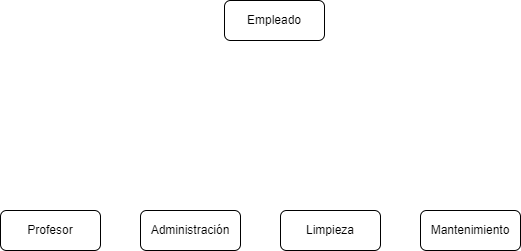
Before: Unidad-1/Tareas/Tarea-8/Tarea8.drawio.png, a diagram exported from draw.io (LuisMGlez/base-datos). Source tidied: cells renumbered, new cells last; positions are measured from the earlier drawing's top-left corner, leaving out a move shared by most shapes. The source it was exported from:
```xml
<mxGraphModel>
  <root>
    <mxCell id="0" />
    <mxCell id="1" parent="0" />
    <mxCell id="2" value="Empleado" style="rounded=1;whiteSpace=wrap;html=1;" parent="1" vertex="1">
      <mxGeometry x="224" width="100" height="40" as="geometry" />
    </mxCell>
    <mxCell id="3" value="Mantenimiento" style="rounded=1;whiteSpace=wrap;html=1;" parent="1" vertex="1">
      <mxGeometry x="420" y="210" width="100" height="40" as="geometry" />
    </mxCell>
    <mxCell id="4" value="Limpieza" style="rounded=1;whiteSpace=wrap;html=1;" parent="1" vertex="1">
      <mxGeometry x="280" y="210" width="100" height="40" as="geometry" />
    </mxCell>
    <mxCell id="5" value="Administración" style="rounded=1;whiteSpace=wrap;html=1;" parent="1" vertex="1">
      <mxGeometry x="140" y="210" width="100" height="40" as="geometry" />
    </mxCell>
    <mxCell id="6" value="Profesor" style="rounded=1;whiteSpace=wrap;html=1;" parent="1" vertex="1">
      <mxGeometry y="210" width="100" height="40" as="geometry" />
    </mxCell>
  </root>
</mxGraphModel>
```
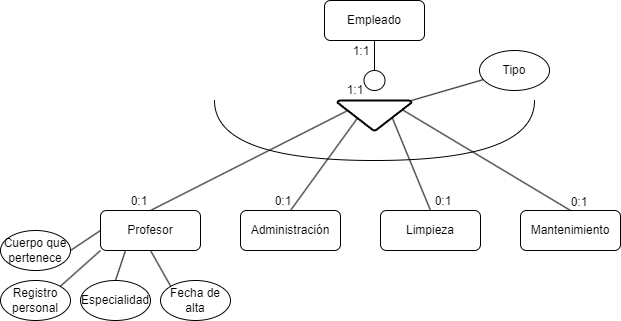
Later version of the same file.

The edit, as a diff of the source:
```diff
@@ -2,6 +2,9 @@
   <root>
     <mxCell id="0" />
     <mxCell id="1" parent="0" />
+    <mxCell id="7" style="rounded=0;jettySize=auto;html=1;exitX=0.5;exitY=1;exitDx=0;exitDy=0;entryX=0.5;entryY=0;entryDx=0;entryDy=0;endArrow=none;endFill=0;" parent="1" edge="1" source="2" target="21">
+      <mxGeometry relative="1" as="geometry" />
+    </mxCell>
     <mxCell id="2" value="Empleado" style="rounded=1;whiteSpace=wrap;html=1;" parent="1" vertex="1">
       <mxGeometry x="224" width="100" height="40" as="geometry" />
     </mxCell>
@@ -17,5 +20,81 @@
     <mxCell id="6" value="Profesor" style="rounded=1;whiteSpace=wrap;html=1;" parent="1" vertex="1">
       <mxGeometry y="210" width="100" height="40" as="geometry" />
     </mxCell>
+    <mxCell id="8" style="rounded=0;jettySize=auto;html=1;exitX=1;exitY=0;exitDx=0;exitDy=0;entryX=0;entryY=1;entryDx=0;entryDy=0;endArrow=none;endFill=0;" parent="1" edge="1" source="9" target="6">
+      <mxGeometry relative="1" as="geometry" />
+    </mxCell>
+    <mxCell id="9" value="Registro personal" style="ellipse;whiteSpace=wrap;html=1;" parent="1" vertex="1">
+      <mxGeometry x="-100" y="280" width="70" height="40" as="geometry" />
+    </mxCell>
+    <mxCell id="10" style="rounded=0;jettySize=auto;html=1;exitX=0;exitY=0;exitDx=0;exitDy=0;entryX=0.5;entryY=1;entryDx=0;entryDy=0;endArrow=none;endFill=0;" parent="1" edge="1" source="11" target="6">
+      <mxGeometry relative="1" as="geometry" />
+    </mxCell>
+    <mxCell id="11" value="Fecha de alta" style="ellipse;whiteSpace=wrap;html=1;" parent="1" vertex="1">
+      <mxGeometry x="60" y="280" width="70" height="40" as="geometry" />
+    </mxCell>
+    <mxCell id="12" style="rounded=0;jettySize=auto;html=1;exitX=1;exitY=0.5;exitDx=0;exitDy=0;entryX=0;entryY=0.5;entryDx=0;entryDy=0;endArrow=none;endFill=0;" parent="1" edge="1" source="13" target="6">
+      <mxGeometry relative="1" as="geometry" />
+    </mxCell>
+    <mxCell id="13" value="Cuerpo que pertenece" style="ellipse;whiteSpace=wrap;html=1;" parent="1" vertex="1">
+      <mxGeometry x="-100" y="230" width="70" height="40" as="geometry" />
+    </mxCell>
+    <mxCell id="14" style="rounded=0;jettySize=auto;html=1;exitX=0.5;exitY=0;exitDx=0;exitDy=0;entryX=0.25;entryY=1;entryDx=0;entryDy=0;endArrow=none;endFill=0;" parent="1" edge="1" source="15" target="6">
+      <mxGeometry relative="1" as="geometry" />
+    </mxCell>
+    <mxCell id="15" value="Especialidad" style="ellipse;whiteSpace=wrap;html=1;" parent="1" vertex="1">
+      <mxGeometry x="-20" y="280" width="70" height="40" as="geometry" />
+    </mxCell>
+    <mxCell id="16" style="rounded=0;jettySize=auto;html=1;exitX=0.166;exitY=0.3;exitDx=0;exitDy=0;exitPerimeter=0;entryX=0.5;entryY=0;entryDx=0;entryDy=0;endArrow=none;endFill=0;" parent="1" edge="1" source="20" target="6">
+      <mxGeometry relative="1" as="geometry" />
+    </mxCell>
+    <mxCell id="17" style="rounded=0;jettySize=auto;html=1;entryX=0.5;entryY=0;entryDx=0;entryDy=0;exitX=0.263;exitY=0.61;exitDx=0;exitDy=0;exitPerimeter=0;endArrow=none;endFill=0;" parent="1" edge="1" source="20" target="5">
+      <mxGeometry relative="1" as="geometry" />
+    </mxCell>
+    <mxCell id="18" style="rounded=0;jettySize=auto;html=1;exitX=0.726;exitY=0.491;exitDx=0;exitDy=0;exitPerimeter=0;entryX=0.5;entryY=0;entryDx=0;entryDy=0;endArrow=none;endFill=0;" parent="1" edge="1" source="20" target="4">
+      <mxGeometry relative="1" as="geometry" />
+    </mxCell>
+    <mxCell id="19" style="rounded=0;jettySize=auto;html=1;exitX=0.871;exitY=0.3;exitDx=0;exitDy=0;exitPerimeter=0;entryX=0.5;entryY=0;entryDx=0;entryDy=0;endArrow=none;endFill=0;" parent="1" edge="1" source="20" target="3">
+      <mxGeometry relative="1" as="geometry" />
+    </mxCell>
+    <mxCell id="20" style="strokeWidth=2;html=1;shape=mxgraph.flowchart.merge_or_storage;whiteSpace=wrap;" parent="1" vertex="1">
+      <mxGeometry x="237" y="100" width="74" height="30" as="geometry" />
+    </mxCell>
+    <mxCell id="21" style="ellipse;whiteSpace=wrap;html=1;" parent="1" vertex="1">
+      <mxGeometry x="263.5" y="70" width="21" height="20" as="geometry" />
+    </mxCell>
+    <mxCell id="22" style="edgeStyle=orthogonalEdgeStyle;endArrow=none;html=1;curved=1;rounded=0;endSize=8;startSize=8;sourcePerimeterSpacing=0;targetPerimeterSpacing=0;endFill=0;" parent="1" edge="1">
+      <mxGeometry relative="1" as="geometry">
+        <mxPoint x="114" y="100" as="sourcePoint" />
+        <mxPoint x="434" y="100" as="targetPoint" />
+        <Array as="points">
+          <mxPoint x="114" y="160" />
+          <mxPoint x="434" y="160" />
+        </Array>
+      </mxGeometry>
+    </mxCell>
+    <mxCell id="23" value="1:1" style="text;strokeColor=none;align=center;fillColor=none;html=1;verticalAlign=middle;whiteSpace=wrap;rounded=0;" parent="1" vertex="1">
+      <mxGeometry x="231" y="36" width="60" height="30" as="geometry" />
+    </mxCell>
+    <mxCell id="24" value="1:1" style="text;strokeColor=none;align=center;fillColor=none;html=1;verticalAlign=middle;whiteSpace=wrap;rounded=0;" parent="1" vertex="1">
+      <mxGeometry x="225" y="75" width="60" height="30" as="geometry" />
+    </mxCell>
+    <mxCell id="25" value="0:1" style="text;strokeColor=none;align=center;fillColor=none;html=1;verticalAlign=middle;whiteSpace=wrap;rounded=0;" parent="1" vertex="1">
+      <mxGeometry x="9" y="186" width="60" height="30" as="geometry" />
+    </mxCell>
+    <mxCell id="26" value="0:1" style="text;strokeColor=none;align=center;fillColor=none;html=1;verticalAlign=middle;whiteSpace=wrap;rounded=0;" parent="1" vertex="1">
+      <mxGeometry x="449" y="187" width="60" height="30" as="geometry" />
+    </mxCell>
+    <mxCell id="27" value="0:1" style="text;strokeColor=none;align=center;fillColor=none;html=1;verticalAlign=middle;whiteSpace=wrap;rounded=0;" parent="1" vertex="1">
+      <mxGeometry x="313" y="186" width="60" height="30" as="geometry" />
+    </mxCell>
+    <mxCell id="28" value="0:1" style="text;strokeColor=none;align=center;fillColor=none;html=1;verticalAlign=middle;whiteSpace=wrap;rounded=0;" parent="1" vertex="1">
+      <mxGeometry x="153" y="186" width="60" height="30" as="geometry" />
+    </mxCell>
+    <mxCell id="29" style="rounded=0;jettySize=auto;html=1;exitX=1;exitY=0;exitDx=0;exitDy=0;exitPerimeter=0;endArrow=none;endFill=0;" parent="1" edge="1" source="20" target="30">
+      <mxGeometry relative="1" as="geometry" />
+    </mxCell>
+    <mxCell id="30" value="Tipo" style="ellipse;whiteSpace=wrap;html=1;" parent="1" vertex="1">
+      <mxGeometry x="379" y="50" width="70" height="40" as="geometry" />
+    </mxCell>
   </root>
 </mxGraphModel>
```
